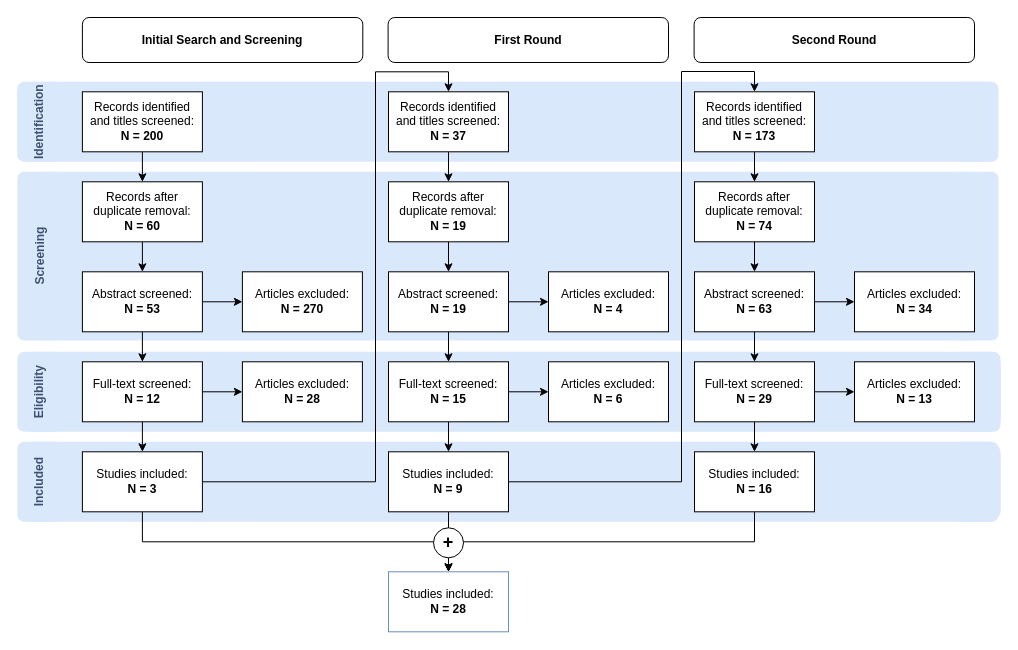
The draw.io diagram page "Page-3" (3 of 6) of Diagrams/PRISMA Flowchart.drawio in HooradAboo/I-CLAIM, before the edit. Source tidied: cells renumbered, new cells numbered last; positions are measured from the earlier drawing's top-left corner, leaving out a move shared by most shapes. Both pictures are drawn from the tidied source at 100%, with x=0, y=0 at pixel (-45, -369).
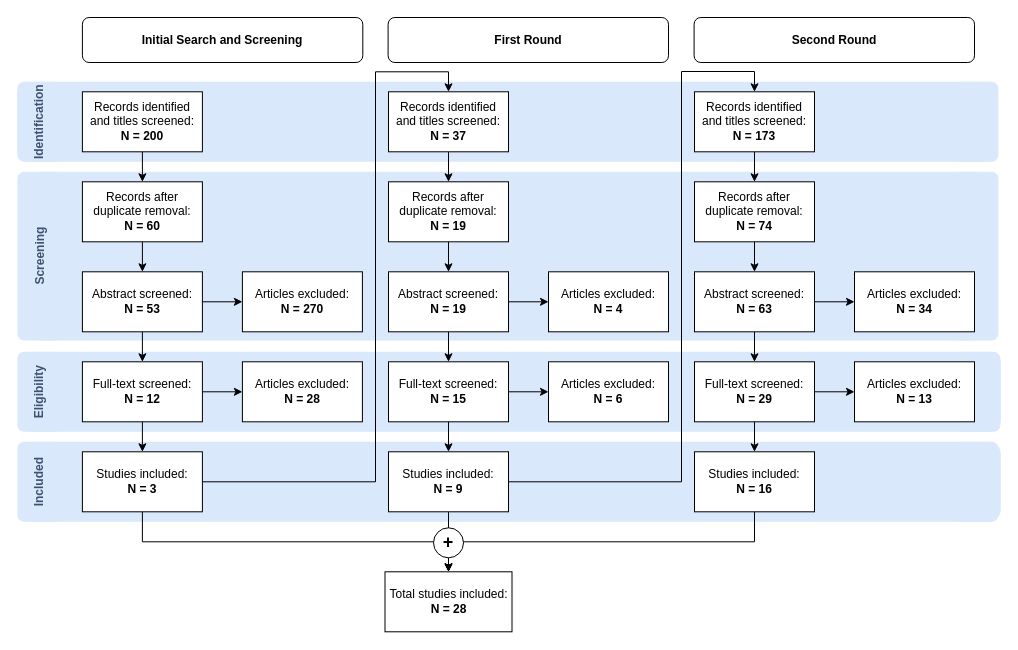
The same page after the edit.

Diff of the diagram source:
```diff
@@
-    <mxCell id="57" value="&lt;div&gt;Studies included:&lt;/div&gt;&lt;div&gt;&lt;b&gt;N = 28&lt;/b&gt;&lt;/div&gt;" style="rounded=0;whiteSpace=wrap;html=1;strokeColor=#6C8EBF;" parent="1" vertex="1">
-      <mxGeometry x="433" y="940.3" width="120" height="60" as="geometry" />
+    <mxCell id="57" value="&lt;div&gt;Total studies included:&lt;/div&gt;&lt;div&gt;&lt;b&gt;N = 28&lt;/b&gt;&lt;/div&gt;" style="rounded=0;whiteSpace=wrap;html=1;" parent="1" vertex="1">
+      <mxGeometry x="429.5" y="940.3" width="127" height="60" as="geometry" />
     </mxCell>
```
